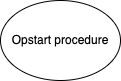
Earlier version of the draw.io export DrinksmaskineFlowchart.png (Andemanden/DrinksRobot). Source tidied: cells renumbered, new cells last; positions are measured from the earlier drawing's top-left corner, leaving out a move shared by most shapes.
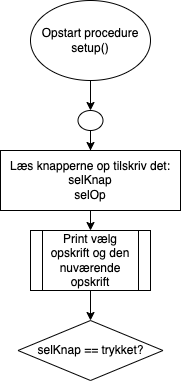
After the change.

The edit, as a diff of the source:
```diff
@@ -2,8 +2,34 @@
   <root>
     <mxCell id="0" />
     <mxCell id="1" parent="0" />
+    <mxCell id="3" style="edgeStyle=orthogonalEdgeStyle;rounded=0;jettySize=auto;html=1;" parent="1" edge="1" source="2">
+      <mxGeometry relative="1" as="geometry">
+        <mxPoint x="60" y="110" as="targetPoint" />
+      </mxGeometry>
+    </mxCell>
-    <mxCell id="2" value="Opstart procedure" style="ellipse;whiteSpace=wrap;html=1;" parent="1" vertex="1">
+    <mxCell id="2" value="Opstart procedure&lt;br&gt;setup()" style="ellipse;whiteSpace=wrap;html=1;" parent="1" vertex="1">
       <mxGeometry width="120" height="80" as="geometry" />
     </mxCell>
+    <mxCell id="4" style="edgeStyle=orthogonalEdgeStyle;rounded=0;jettySize=auto;html=1;entryX=0.5;entryY=0;entryDx=0;entryDy=0;" parent="1" edge="1" source="5" target="7">
+      <mxGeometry relative="1" as="geometry" />
+    </mxCell>
+    <mxCell id="5" style="ellipse;whiteSpace=wrap;html=1;" parent="1" vertex="1">
+      <mxGeometry x="47.5" y="110" width="25" height="20" as="geometry" />
+    </mxCell>
+    <mxCell id="6" style="edgeStyle=orthogonalEdgeStyle;rounded=0;jettySize=auto;html=1;exitX=0.5;exitY=1;exitDx=0;exitDy=0;entryX=0.5;entryY=0;entryDx=0;entryDy=0;" parent="1" edge="1" source="7" target="9">
+      <mxGeometry relative="1" as="geometry" />
+    </mxCell>
+    <mxCell id="7" value="Læs knapperne op tilskriv det:&lt;br&gt;selKnap&lt;br&gt;selOp" style="rounded=0;whiteSpace=wrap;html=1;" parent="1" vertex="1">
+      <mxGeometry x="-30" y="150" width="180" height="60" as="geometry" />
+    </mxCell>
+    <mxCell id="8" style="edgeStyle=orthogonalEdgeStyle;rounded=0;jettySize=auto;html=1;" parent="1" edge="1" source="9" target="10">
+      <mxGeometry relative="1" as="geometry" />
+    </mxCell>
+    <mxCell id="9" value="Print vælg opskrift og den nuværende opskrift" style="shape=process;whiteSpace=wrap;html=1;backgroundOutline=1;" parent="1" vertex="1">
+      <mxGeometry y="230" width="120" height="60" as="geometry" />
+    </mxCell>
+    <mxCell id="10" value="selKnap == trykket?" style="rhombus;whiteSpace=wrap;html=1;" parent="1" vertex="1">
+      <mxGeometry x="-12.5" y="320" width="145" height="60" as="geometry" />
+    </mxCell>
   </root>
 </mxGraphModel>
```
